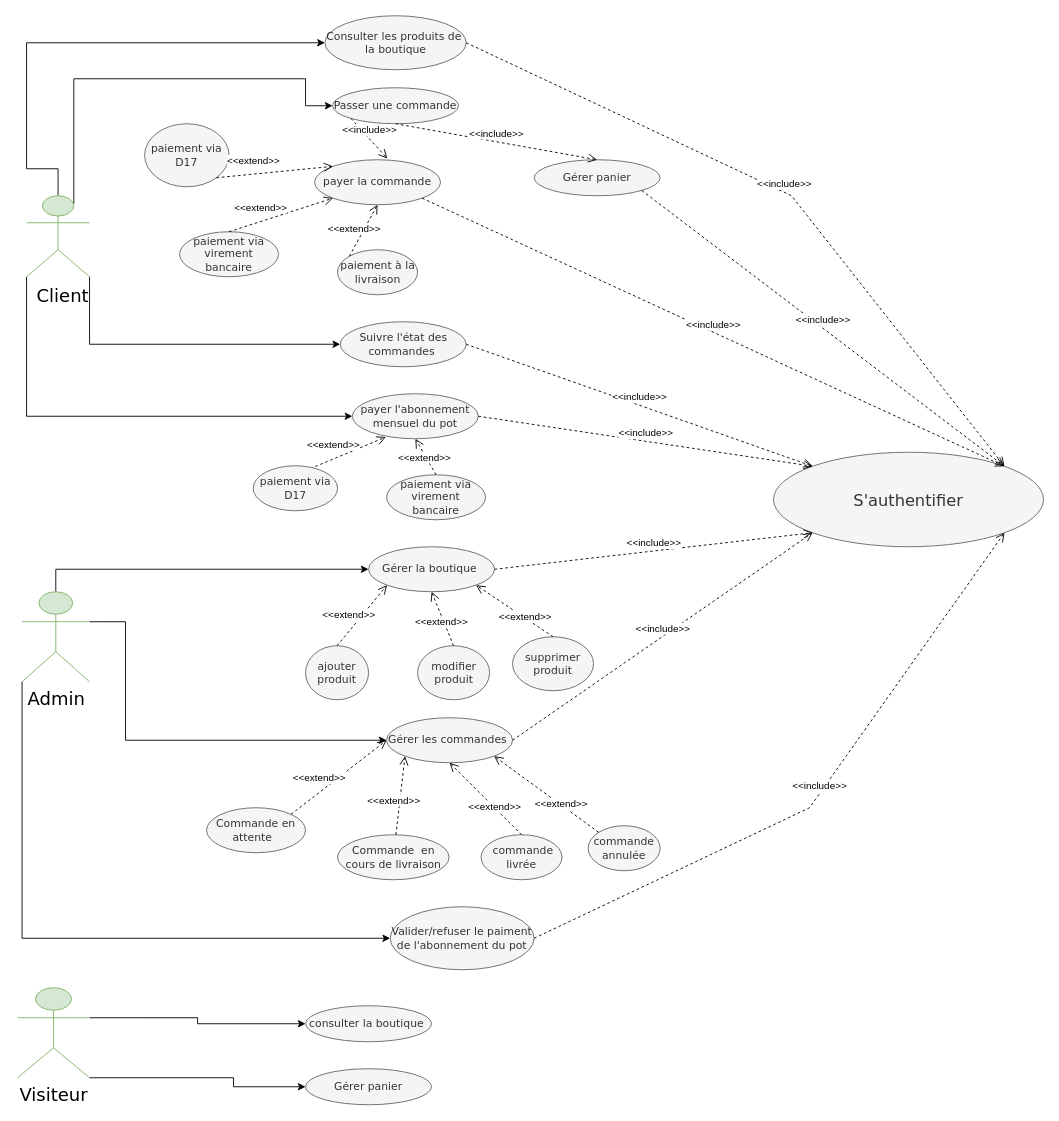
Earlier version of the draw.io diagram Diagramme use case GESTION DE BOUTIQUE ET COMMANDE drawio.drawio (oussema1-hub/Rapport-Conception). Source tidied: cells renumbered, new cells numbered last; positions are measured from the earlier drawing's top-left corner, leaving out a move shared by most shapes. Both pictures are drawn from the tidied source at 90%, with x=0, y=0 at pixel (17, 15).
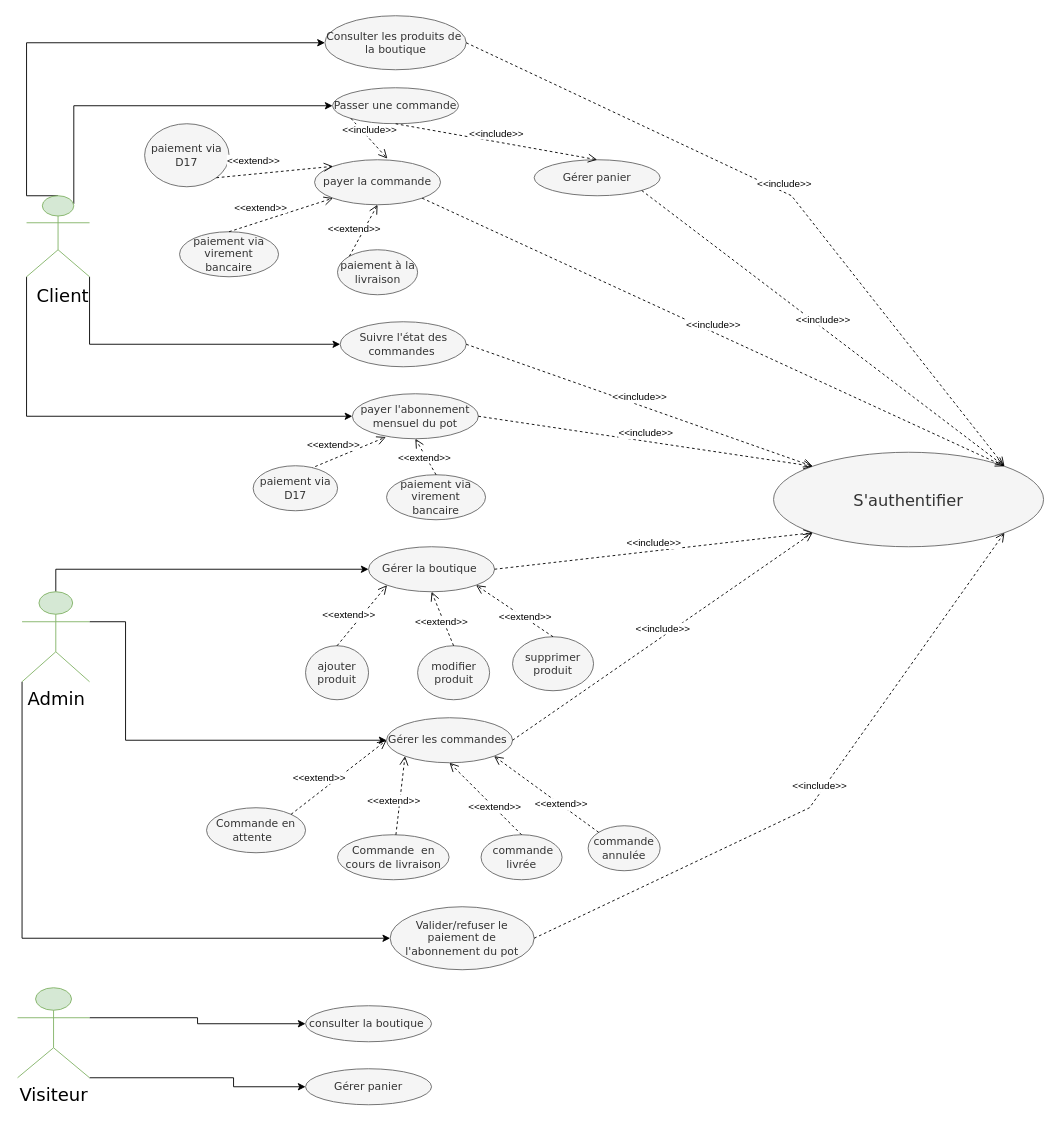
After the change.

Unchanged cells that the change refers to:
```xml
<mxCell id="6" value="&lt;div&gt;&lt;br&gt;&lt;/div&gt;" style="shape=umlActor;verticalLabelPosition=bottom;verticalAlign=top;html=1;fillColor=#d5e8d4;strokeColor=#82b366;fontFamily=Verdana;" parent="1" vertex="1">
  <mxGeometry x="10" y="200" width="70" height="90" as="geometry" />
</mxCell>
<mxCell id="8" value="Passer une commande" style="ellipse;whiteSpace=wrap;html=1;fillColor=#f5f5f5;fontColor=#333333;strokeColor=#666666;fontFamily=Verdana;" parent="1" vertex="1">
  <mxGeometry x="350" y="80" width="140" height="40" as="geometry" />
</mxCell>
<mxCell id="10" value="Consulter les produits de&amp;nbsp; la boutique" style="ellipse;whiteSpace=wrap;html=1;fillColor=#f5f5f5;strokeColor=#666666;fontColor=#333333;fontFamily=Verdana;" parent="1" vertex="1">
  <mxGeometry x="341.5" width="157" height="60" as="geometry" />
</mxCell>
```

Change to the diagram source:
```diff
@@
     <mxCell id="2" style="edgeStyle=orthogonalEdgeStyle;rounded=0;jettySize=auto;html=1;exitX=0.5;exitY=0;exitDx=0;exitDy=0;exitPerimeter=0;entryX=0;entryY=0.5;entryDx=0;entryDy=0;" parent="1" edge="1" source="6" target="10">
       <mxGeometry relative="1" as="geometry">
         <Array as="points">
-          <mxPoint x="10" y="170" />
+          <mxPoint x="10" y="200" />
           <mxPoint x="10" y="30" />
         </Array>
       </mxGeometry>
     </mxCell>
     <mxCell id="3" style="edgeStyle=orthogonalEdgeStyle;rounded=0;jettySize=auto;html=1;exitX=0.75;exitY=0.1;exitDx=0;exitDy=0;exitPerimeter=0;" parent="1" edge="1" source="6" target="8">
       <mxGeometry relative="1" as="geometry">
         <Array as="points">
-          <mxPoint x="63" y="70" />
-          <mxPoint x="320" y="70" />
-          <mxPoint x="320" y="100" />
+          <mxPoint x="63" y="100" />
         </Array>
       </mxGeometry>
     </mxCell>
@@
-    <mxCell id="36" value="Valider/refuser le paiment de l'abonnement du pot" style="ellipse;whiteSpace=wrap;html=1;fontFamily=Verdana;fillColor=#f5f5f5;fontColor=#333333;strokeColor=#666666;" parent="1" vertex="1">
+    <mxCell id="36" value="Valider/refuser le paiement de l'abonnement du pot" style="ellipse;whiteSpace=wrap;html=1;fontFamily=Verdana;fillColor=#f5f5f5;fontColor=#333333;strokeColor=#666666;" parent="1" vertex="1">
       <mxGeometry x="414" y="990" width="160" height="70" as="geometry" />
     </mxCell>
```
